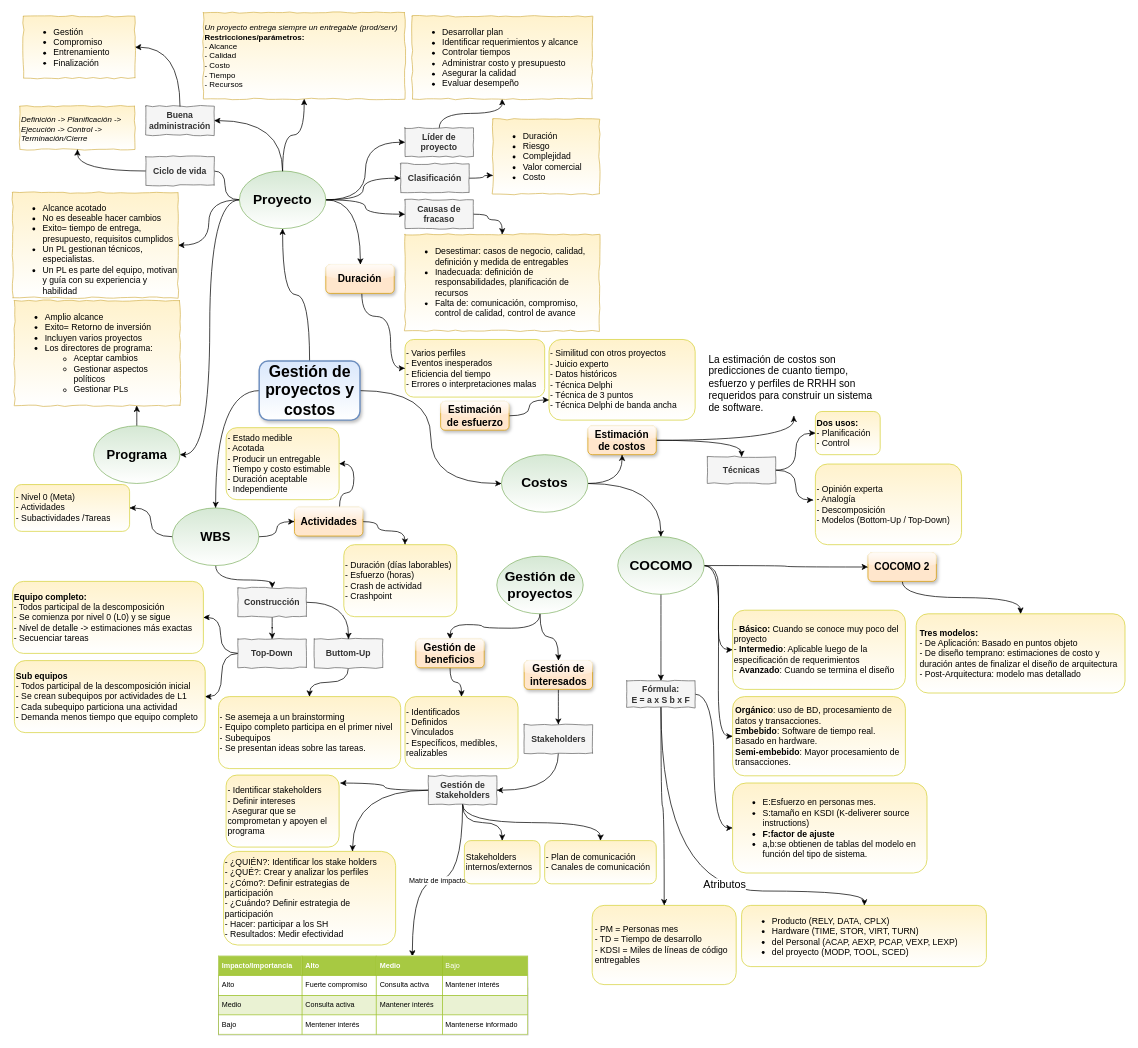
This is Resumenes/GestionProyectos.drawio from kity-linuxero/ing_so_3_unlp, a draw.io file, before an edit. Source tidied: cells renumbered, new cells numbered last; positions are measured from the earlier drawing's top-left corner, leaving out a move shared by most shapes. Both pictures are drawn from the tidied source at 72%, with x=0, y=0 at pixel (12, 12).
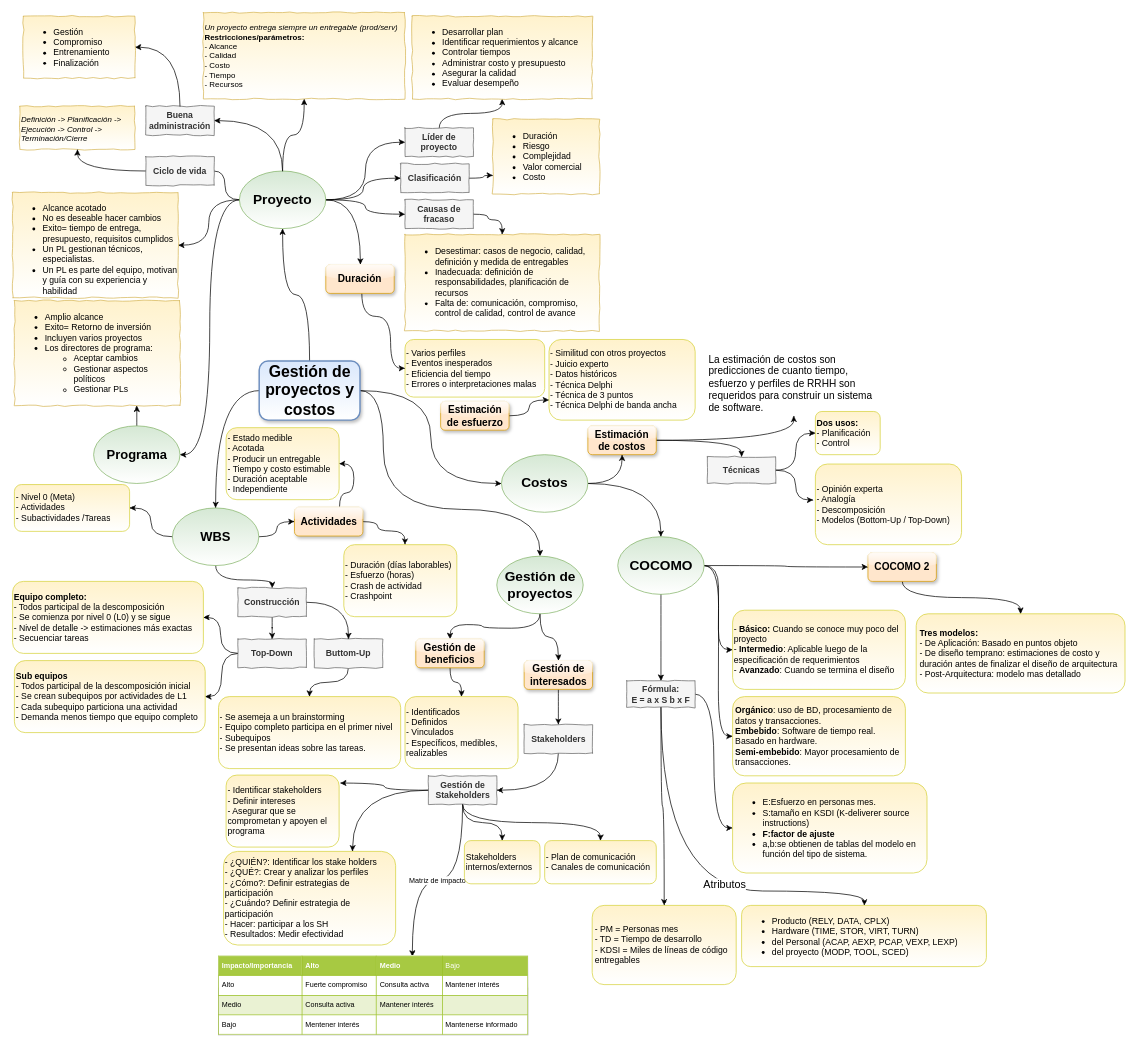
The same diagram, later.

Commit message (it also covers changes not shown here):
Correcciones en el gráfico

The change refers to these unchanged cells:
```xml
<mxCell id="5" value="&lt;b style=&quot;font-size: 22px&quot;&gt;&lt;font style=&quot;font-size: 22px&quot; face=&quot;Helvetica&quot;&gt;Gestión de proyectos y costos&lt;/font&gt;&lt;/b&gt;" style="rounded=1;whiteSpace=wrap;html=1;fillColor=#dae8fc;strokeColor=#6c8ebf;strokeWidth=2;fontFamily=Verdana;fontSize=22;fontStyle=0;labelBorderColor=none;gradientDirection=south;gradientColor=#ffffff;glass=0;shadow=1;comic=0;" parent="1" vertex="1">
  <mxGeometry x="342.5" y="484" width="140" height="82" as="geometry" />
</mxCell>
<mxCell id="95" value="&lt;b&gt;&lt;font style=&quot;font-size: 19px&quot;&gt;Gestión de proyectos&lt;/font&gt;&lt;/b&gt;" style="ellipse;whiteSpace=wrap;html=1;fillColor=#d5e8d4;strokeColor=#82b366;gradientColor=#ffffff;shadow=0;" parent="1" vertex="1">
  <mxGeometry x="672.5" y="755" width="120" height="80" as="geometry" />
</mxCell>
```

What changed in the source:
```diff
@@
+    <mxCell id="114" style="edgeStyle=orthogonalEdgeStyle;curved=1;rounded=0;comic=0;jettySize=auto;html=1;entryX=0.5;entryY=0;entryDx=0;entryDy=0;" parent="1" edge="1" source="5" target="95">
+      <mxGeometry relative="1" as="geometry">
+        <Array as="points">
+          <mxPoint x="515" y="525" />
+          <mxPoint x="515" y="690" />
+          <mxPoint x="733" y="690" />
+        </Array>
+      </mxGeometry>
+    </mxCell>
```
